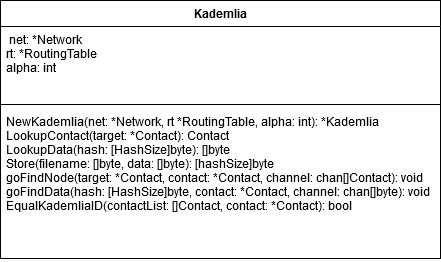
osksun/d7024e-lab-grp-1 keeps this draw.io diagram as architectural-description.png. Above is the earlier version. Source tidied: cells renumbered, new cells last; positions are measured from the earlier drawing's top-left corner, leaving out a move shared by most shapes. Its diagram source:
```xml
<mxGraphModel>
  <root>
    <mxCell id="0" />
    <mxCell id="1" parent="0" />
    <mxCell id="2" value="Kademlia" style="swimlane;fontStyle=1;align=center;verticalAlign=top;horizontal=1;startSize=26;" parent="1" vertex="1">
      <mxGeometry width="440" height="258" as="geometry" />
    </mxCell>
    <mxCell id="3" value=" net: *Network&#10;rt: *RoutingTable&#10;alpha: int&#10;" style="text;strokeColor=none;fillColor=none;align=left;verticalAlign=top;spacingLeft=4;spacingRight=4;overflow=hidden;" parent="2" vertex="1">
      <mxGeometry y="26" width="440" height="74" as="geometry" />
    </mxCell>
    <mxCell id="4" style="line;strokeWidth=1;fillColor=none;align=left;verticalAlign=middle;spacingTop=-1;spacingLeft=3;spacingRight=3;labelPosition=right;" parent="2" vertex="1">
      <mxGeometry y="100" width="440" height="8" as="geometry" />
    </mxCell>
    <mxCell id="5" value="NewKademlia(net: *Network, rt *RoutingTable, alpha: int): *Kademlia&#10;LookupContact(target: *Contact): Contact&#10;LookupData(hash: [HashSize]byte): []byte&#10;Store(filename: []byte, data: []byte): [hashSize]byte&#10;goFindNode(target: *Contact, contact: *Contact, channel: chan[]Contact): void&#10;goFindData(hash: [HashSize]byte, contact: *Contact, channel: chan[]byte): void&#10;EqualKademliaID(contactList: []Contact, contact: *Contact): bool&#10;&#10;" style="text;strokeColor=none;fillColor=none;align=left;verticalAlign=top;spacingLeft=4;spacingRight=4;overflow=hidden;" parent="2" vertex="1">
      <mxGeometry y="108" width="440" height="150" as="geometry" />
    </mxCell>
  </root>
</mxGraphModel>
```
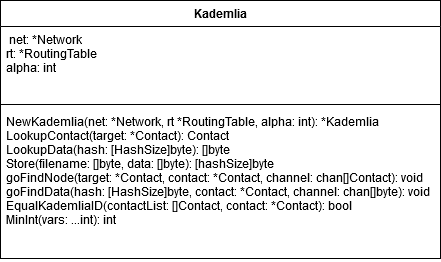
After the change.

What changed in the source:
```diff
@@ -11,7 +11,7 @@
     <mxCell id="4" style="line;strokeWidth=1;fillColor=none;align=left;verticalAlign=middle;spacingTop=-1;spacingLeft=3;spacingRight=3;labelPosition=right;" parent="2" vertex="1">
       <mxGeometry y="100" width="440" height="8" as="geometry" />
     </mxCell>
-    <mxCell id="5" value="NewKademlia(net: *Network, rt *RoutingTable, alpha: int): *Kademlia&#10;LookupContact(target: *Contact): Contact&#10;LookupData(hash: [HashSize]byte): []byte&#10;Store(filename: []byte, data: []byte): [hashSize]byte&#10;goFindNode(target: *Contact, contact: *Contact, channel: chan[]Contact): void&#10;goFindData(hash: [HashSize]byte, contact: *Contact, channel: chan[]byte): void&#10;EqualKademliaID(contactList: []Contact, contact: *Contact): bool&#10;&#10;" style="text;strokeColor=none;fillColor=none;align=left;verticalAlign=top;spacingLeft=4;spacingRight=4;overflow=hidden;" parent="2" vertex="1">
+    <mxCell id="5" value="NewKademlia(net: *Network, rt *RoutingTable, alpha: int): *Kademlia&#10;LookupContact(target: *Contact): Contact&#10;LookupData(hash: [HashSize]byte): []byte&#10;Store(filename: []byte, data: []byte): [hashSize]byte&#10;goFindNode(target: *Contact, contact: *Contact, channel: chan[]Contact): void&#10;goFindData(hash: [HashSize]byte, contact: *Contact, channel: chan[]byte): void&#10;EqualKademliaID(contactList: []Contact, contact: *Contact): bool&#10;MinInt(vars: ...int): int&#10;&#10;&#10;" style="text;strokeColor=none;fillColor=none;align=left;verticalAlign=top;spacingLeft=4;spacingRight=4;overflow=hidden;" parent="2" vertex="1">
       <mxGeometry y="108" width="440" height="150" as="geometry" />
     </mxCell>
   </root>
```
